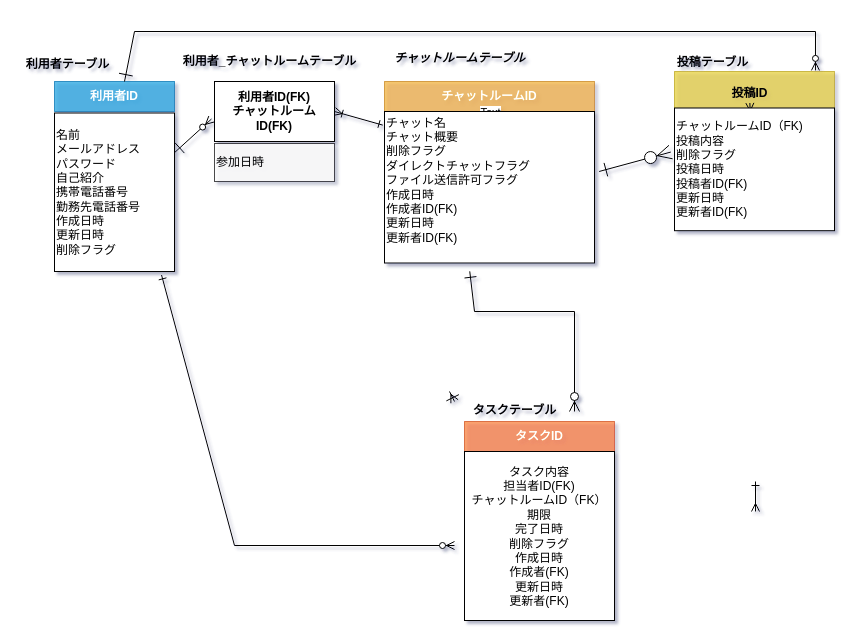
Before: db/db-challenge1/db-challenge1.drawio in Yuina1012/quelcode-db, a draw.io diagram. Source tidied: cells renumbered, new cells numbered last; positions are measured from the earlier drawing's top-left corner, leaving out a move shared by most shapes. Both pictures are drawn from the tidied source at 100%, with x=0, y=0 at pixel (17, 31).
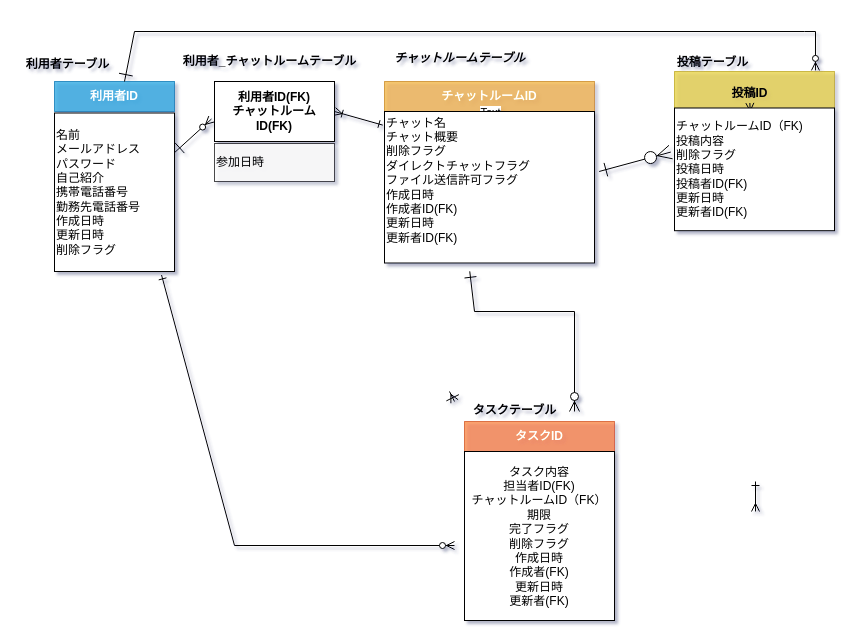
The same diagram, later.

Commit message:
タスクテーブル　完了フラグ追加

The change refers to these unchanged cells:
```xml
<mxCell id="14" style="rounded=0;whiteSpace=wrap;html=1;fillColor=#e3c800;strokeColor=#B09500;fontColor=#ffffff;opacity=60;" parent="1" vertex="1">
  <mxGeometry x="657" y="40" width="160" height="157" as="geometry" />
</mxCell>
```

Diff of the diagram source:
```diff
@@
-    <mxCell id="24" value="タスク内容&lt;br&gt;担当者ID(FK)&lt;br&gt;チャットルームID（FK）&lt;br&gt;期限&lt;br&gt;完了日時&lt;br&gt;削除フラグ&lt;br&gt;作成日時&lt;br&gt;作成者(FK)&lt;br&gt;更新日時&lt;br&gt;更新者(FK)" style="rounded=0;whiteSpace=wrap;html=1;" parent="1" vertex="1">
+    <mxCell id="24" value="タスク内容&lt;br&gt;担当者ID(FK)&lt;br&gt;チャットルームID（FK）&lt;br&gt;期限&lt;br&gt;完了フラグ&lt;br&gt;削除フラグ&lt;br&gt;作成日時&lt;br&gt;作成者(FK)&lt;br&gt;更新日時&lt;br&gt;更新者(FK)" style="rounded=0;whiteSpace=wrap;html=1;" parent="1" vertex="1">
       <mxGeometry x="447" y="420" width="150" height="169" as="geometry" />
     </mxCell>
@@
     <mxCell id="26" style="rounded=0;jettySize=auto;html=1;startArrow=ERone;startFill=0;endArrow=ERzeroToMany;endFill=1;strokeWidth=1;startSize=12;entryX=0.881;entryY=-0.007;entryDx=0;entryDy=0;entryPerimeter=0;" parent="1" edge="1" target="14">
       <mxGeometry relative="1" as="geometry">
         <mxPoint x="107" y="50" as="sourcePoint" />
         <Array as="points">
           <mxPoint x="117" />
+          <mxPoint x="787" />
           <mxPoint x="798" />
         </Array>
       </mxGeometry>
     </mxCell>
```
